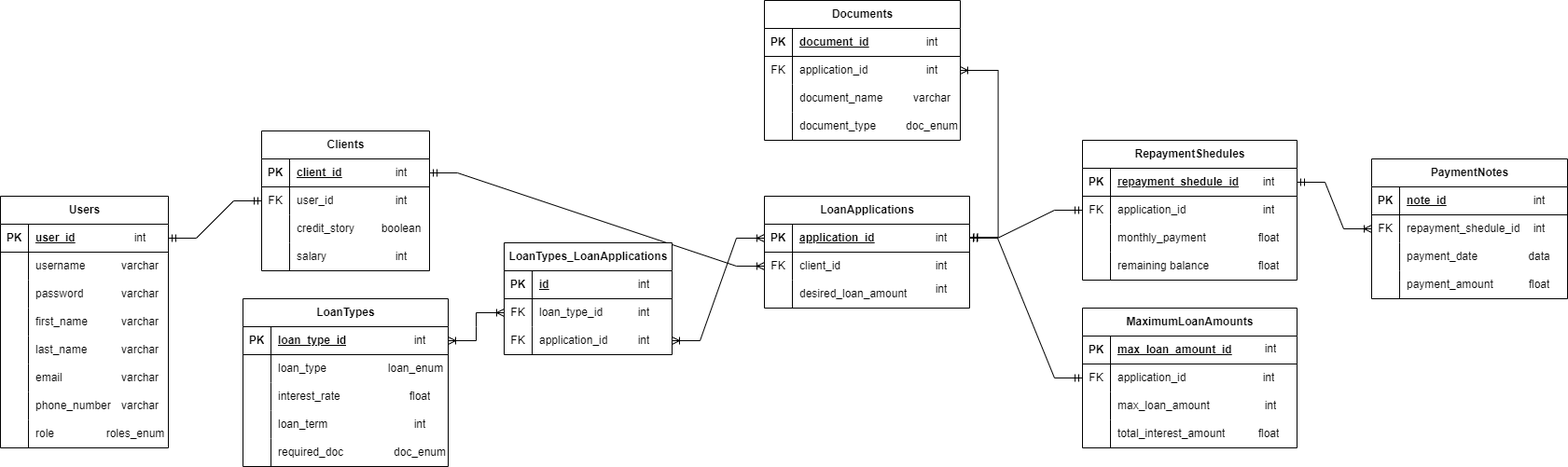
Above: DataModelPG.png in alesanka/FinanceAdvisor (draw.io), before the change. Source tidied: cells renumbered, new cells last; positions are measured from the earlier drawing's top-left corner, leaving out a move shared by most shapes.
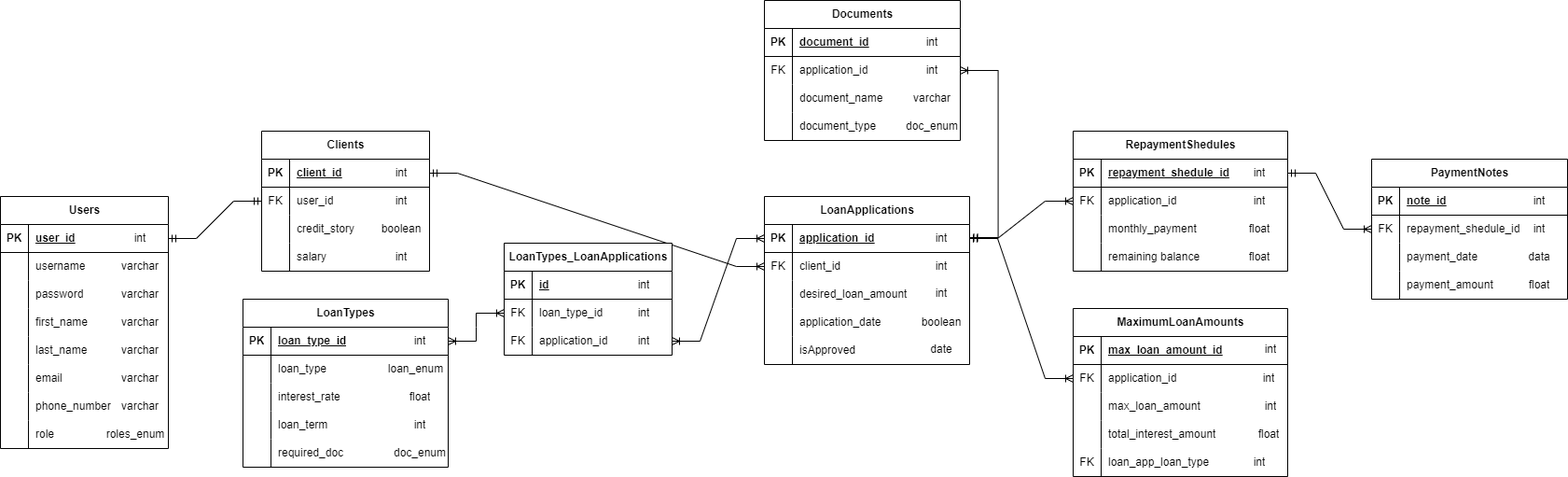
Later version of the same file.

What changed in the source:
```diff
@@ -210,7 +210,7 @@
       <mxGeometry relative="1" as="geometry" />
     </mxCell>
     <mxCell id="71" value="LoanApplications" style="shape=table;startSize=30;rowLines=0;fontStyle=1;align=center;html=1;" parent="1" vertex="1">
-      <mxGeometry x="819" y="210" width="220" height="120" as="geometry" />
+      <mxGeometry x="819" y="210" width="220" height="180" as="geometry" />
     </mxCell>
     <mxCell id="72" style="shape=tableRow;horizontal=0;startSize=0;swimlaneHead=0;swimlaneBody=0;fillColor=none;points=[[0,0.5],[1,0.5]];portConstraint=eastwest;top=0;left=0;right=0;bottom=1;" parent="71" vertex="1">
       <mxGeometry y="30" width="220" height="30" as="geometry" />
@@ -239,8 +239,26 @@
     <mxCell id="80" value="desired_loan_amount" style="shape=partialRectangle;fillColor=none;top=0;left=0;bottom=0;right=0;align=left;spacingLeft=6;overflow=hidden;whiteSpace=wrap;html=1;" parent="78" vertex="1">
       <mxGeometry x="30" width="190" height="30" as="geometry" />
     </mxCell>
+    <mxCell id="177" style="shape=tableRow;horizontal=0;startSize=0;swimlaneHead=0;swimlaneBody=0;fillColor=none;top=0;left=0;right=0;bottom=0;" parent="71" vertex="1">
+      <mxGeometry y="120" width="220" height="30" as="geometry" />
+    </mxCell>
+    <mxCell id="178" style="shape=partialRectangle;fillColor=none;top=0;left=0;bottom=0;right=0;fontStyle=0;overflow=hidden;whiteSpace=wrap;html=1;" parent="177" vertex="1">
+      <mxGeometry width="30" height="30" as="geometry" />
+    </mxCell>
+    <mxCell id="179" value="application_date" style="shape=partialRectangle;fillColor=none;top=0;left=0;bottom=0;right=0;align=left;spacingLeft=6;fontStyle=0;overflow=hidden;whiteSpace=wrap;html=1;" parent="177" vertex="1">
+      <mxGeometry x="30" width="190" height="30" as="geometry" />
+    </mxCell>
+    <mxCell id="180" style="shape=tableRow;horizontal=0;startSize=0;swimlaneHead=0;swimlaneBody=0;fillColor=none;top=0;left=0;right=0;bottom=0;" parent="71" vertex="1">
+      <mxGeometry y="150" width="220" height="30" as="geometry" />
+    </mxCell>
+    <mxCell id="181" style="shape=partialRectangle;fillColor=none;top=0;left=0;bottom=0;right=0;fontStyle=0;overflow=hidden;whiteSpace=wrap;html=1;" parent="180" vertex="1">
+      <mxGeometry width="30" height="30" as="geometry" />
+    </mxCell>
+    <mxCell id="182" value="isApproved" style="shape=partialRectangle;fillColor=none;top=0;left=0;bottom=0;right=0;align=left;spacingLeft=6;fontStyle=0;overflow=hidden;whiteSpace=wrap;html=1;" parent="180" vertex="1">
+      <mxGeometry x="30" width="190" height="30" as="geometry" />
+    </mxCell>
     <mxCell id="81" value="MaximumLoanAmounts" style="shape=table;startSize=30;rowLines=0;fontStyle=1;align=center;html=1;" parent="1" vertex="1">
-      <mxGeometry x="1160" y="330" width="230" height="150" as="geometry" />
+      <mxGeometry x="1150" y="330" width="230" height="180" as="geometry" />
     </mxCell>
     <mxCell id="82" style="shape=tableRow;horizontal=0;startSize=0;swimlaneHead=0;swimlaneBody=0;fillColor=none;top=0;left=0;right=0;bottom=1;" parent="81" vertex="1">
       <mxGeometry y="30" width="230" height="30" as="geometry" />
@@ -278,8 +296,17 @@
     <mxCell id="93" value="total_interest_amount" style="shape=partialRectangle;fillColor=none;top=0;left=0;bottom=0;right=0;align=left;spacingLeft=6;overflow=hidden;whiteSpace=wrap;html=1;" parent="91" vertex="1">
       <mxGeometry x="30" width="200" height="30" as="geometry" />
     </mxCell>
+    <mxCell id="183" style="shape=tableRow;horizontal=0;startSize=0;swimlaneHead=0;swimlaneBody=0;fillColor=none;top=0;left=0;right=0;bottom=0;" parent="81" vertex="1">
+      <mxGeometry y="150" width="230" height="30" as="geometry" />
+    </mxCell>
+    <mxCell id="184" value="FK" style="shape=partialRectangle;fillColor=none;top=0;left=0;bottom=0;right=0;fontStyle=0;overflow=hidden;whiteSpace=wrap;html=1;" parent="183" vertex="1">
+      <mxGeometry width="30" height="30" as="geometry" />
+    </mxCell>
+    <mxCell id="185" value="loan_app_loan_type" style="shape=partialRectangle;fillColor=none;top=0;left=0;bottom=0;right=0;align=left;spacingLeft=6;fontStyle=0;overflow=hidden;whiteSpace=wrap;html=1;" parent="183" vertex="1">
+      <mxGeometry x="30" width="200" height="30" as="geometry" />
+    </mxCell>
     <mxCell id="94" value="RepaymentShedules" style="shape=table;startSize=30;rowLines=0;fontStyle=1;align=center;html=1;" parent="1" vertex="1">
-      <mxGeometry x="1160" y="150" width="230" height="150" as="geometry" />
+      <mxGeometry x="1150" y="140" width="230" height="150" as="geometry" />
     </mxCell>
     <mxCell id="95" style="shape=tableRow;horizontal=0;startSize=0;swimlaneHead=0;swimlaneBody=0;fillColor=none;points=[[0,0.5],[1,0.5]];portConstraint=eastwest;top=0;left=0;right=0;bottom=1;" parent="94" vertex="1">
       <mxGeometry y="30" width="230" height="30" as="geometry" />
@@ -419,23 +446,17 @@
     <mxCell id="140" value="int" style="shape=partialRectangle;fillColor=none;top=0;left=0;bottom=0;right=0;overflow=hidden;whiteSpace=wrap;html=1;" parent="1" vertex="1">
       <mxGeometry x="979" y="270" width="60" height="30" as="geometry" />
     </mxCell>
-    <mxCell id="141" style="edgeStyle=entityRelationEdgeStyle;fontSize=12;html=1;endArrow=ERmandOne;startArrow=ERmandOne;rounded=0;exitX=1;exitY=0.5;exitDx=0;exitDy=0;" parent="1" edge="1" source="72" target="85">
-      <mxGeometry relative="1" as="geometry" />
-    </mxCell>
-    <mxCell id="142" style="edgeStyle=entityRelationEdgeStyle;fontSize=12;html=1;endArrow=ERmandOne;startArrow=ERmandOne;rounded=0;entryX=0;entryY=0.5;entryDx=0;entryDy=0;exitX=1;exitY=0.5;exitDx=0;exitDy=0;" parent="1" edge="1" source="72" target="98">
-      <mxGeometry relative="1" as="geometry" />
-    </mxCell>
     <mxCell id="143" value="int" style="shape=partialRectangle;fillColor=none;top=0;left=0;bottom=0;right=0;overflow=hidden;whiteSpace=wrap;html=1;" parent="1" vertex="1">
-      <mxGeometry x="1330" y="180" width="60" height="30" as="geometry" />
+      <mxGeometry x="1320" y="170" width="60" height="30" as="geometry" />
     </mxCell>
     <mxCell id="144" value="int" style="shape=partialRectangle;fillColor=none;top=0;left=0;bottom=0;right=0;overflow=hidden;whiteSpace=wrap;html=1;" parent="1" vertex="1">
-      <mxGeometry x="1330" y="210" width="60" height="30" as="geometry" />
+      <mxGeometry x="1320" y="200" width="60" height="30" as="geometry" />
     </mxCell>
     <mxCell id="145" value="float" style="shape=partialRectangle;fillColor=none;top=0;left=0;bottom=0;right=0;overflow=hidden;whiteSpace=wrap;html=1;" parent="1" vertex="1">
-      <mxGeometry x="1330" y="240" width="60" height="30" as="geometry" />
+      <mxGeometry x="1320" y="230" width="60" height="30" as="geometry" />
     </mxCell>
     <mxCell id="146" value="float" style="shape=partialRectangle;fillColor=none;top=0;left=0;bottom=0;right=0;overflow=hidden;whiteSpace=wrap;html=1;" parent="1" vertex="1">
-      <mxGeometry x="1330" y="270" width="60" height="30" as="geometry" />
+      <mxGeometry x="1320" y="260" width="60" height="30" as="geometry" />
     </mxCell>
     <mxCell id="147" value="int" style="shape=partialRectangle;fillColor=none;top=0;left=0;bottom=0;right=0;overflow=hidden;whiteSpace=wrap;html=1;" parent="1" vertex="1">
       <mxGeometry x="1332" y="359" width="60" height="30" as="geometry" />
@@ -473,7 +494,7 @@
       <mxGeometry x="660" y="290" width="60" height="30" as="geometry" />
     </mxCell>
     <mxCell id="158" value="int" style="shape=partialRectangle;fillColor=none;top=0;left=0;bottom=0;right=0;overflow=hidden;whiteSpace=wrap;html=1;" parent="1" vertex="1">
-      <mxGeometry x="979" y="295" width="60" height="30" as="geometry" />
+      <mxGeometry x="979" y="299" width="60" height="30" as="geometry" />
     </mxCell>
     <mxCell id="159" value="LoanTypes_LoanApplications" style="shape=table;startSize=30;rowLines=0;fontStyle=1;align=center;html=1;" parent="1" vertex="1">
       <mxGeometry x="540" y="260" width="180" height="120" as="geometry" />
@@ -529,5 +550,20 @@
     <mxCell id="176" value="boolean" style="shape=partialRectangle;fillColor=none;top=0;left=0;bottom=0;right=0;overflow=hidden;whiteSpace=wrap;html=1;" parent="1" vertex="1">
       <mxGeometry x="400" y="230" width="60" height="30" as="geometry" />
     </mxCell>
+    <mxCell id="186" value="date" style="shape=partialRectangle;fillColor=none;top=0;left=0;bottom=0;right=0;overflow=hidden;whiteSpace=wrap;html=1;" parent="1" vertex="1">
+      <mxGeometry x="979" y="359" width="60" height="30" as="geometry" />
+    </mxCell>
+    <mxCell id="187" value="int" style="shape=partialRectangle;fillColor=none;top=0;left=0;bottom=0;right=0;overflow=hidden;whiteSpace=wrap;html=1;" parent="1" vertex="1">
+      <mxGeometry x="1320" y="480" width="60" height="30" as="geometry" />
+    </mxCell>
+    <mxCell id="141" style="edgeStyle=entityRelationEdgeStyle;fontSize=12;html=1;endArrow=ERoneToMany;startArrow=ERmandOne;rounded=0;" parent="1" edge="1" source="72" target="85">
+      <mxGeometry relative="1" as="geometry" />
+    </mxCell>
+    <mxCell id="188" value="boolean" style="shape=partialRectangle;fillColor=none;top=0;left=0;bottom=0;right=0;overflow=hidden;whiteSpace=wrap;html=1;" parent="1" vertex="1">
+      <mxGeometry x="979" y="330" width="60" height="30" as="geometry" />
+    </mxCell>
+    <mxCell id="142" style="edgeStyle=entityRelationEdgeStyle;fontSize=12;html=1;endArrow=ERoneToMany;startArrow=ERmandOne;rounded=0;" parent="1" edge="1" source="72" target="98">
+      <mxGeometry relative="1" as="geometry" />
+    </mxCell>
   </root>
 </mxGraphModel>
```
